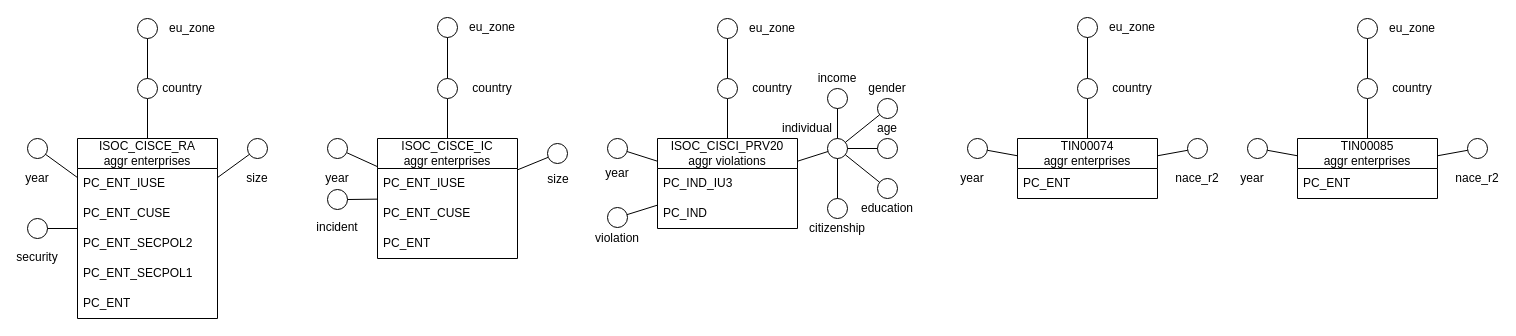
Earlier version of the draw.io diagram page "isoc_cisce_ra" (1 of 5) of figures/dfm.drawio (amanfucci/sistemi-informativi). Source tidied: cells renumbered, new cells numbered last; positions are measured from the earlier drawing's top-left corner, leaving out a move shared by most shapes. Both pictures are drawn from the tidied source at 100%, with x=0, y=0 at pixel (22, 17).
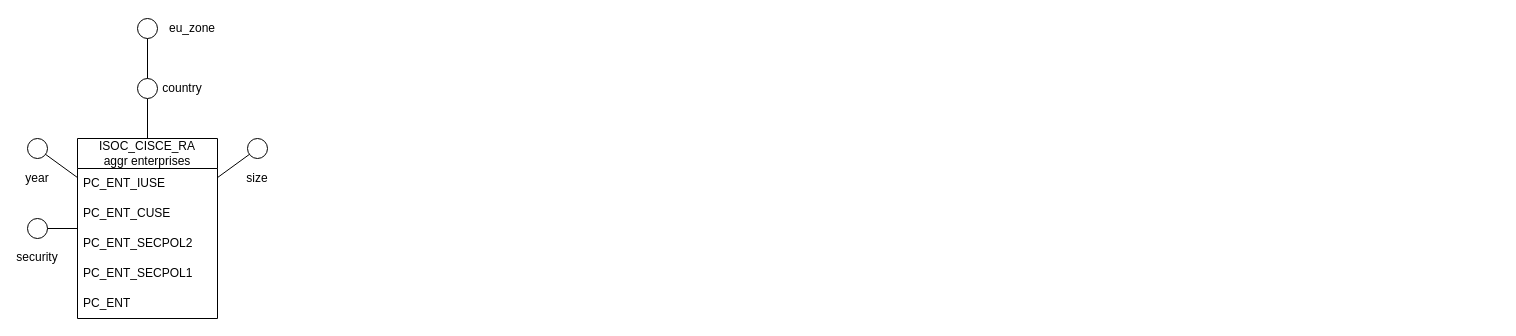
The same page after the edit.

Diff of the diagram source:
```diff
@@
-    <mxCell id="13" style="edgeStyle=orthogonalEdgeStyle;rounded=0;jettySize=auto;html=1;endArrow=none;endFill=0;" parent="1" edge="1" source="15" target="20">
-      <mxGeometry relative="1" as="geometry" />
-    </mxCell>
-    <mxCell id="14" style="rounded=0;jettySize=auto;html=1;endArrow=none;endFill=0;" parent="1" edge="1" source="15" target="19">
-      <mxGeometry relative="1" as="geometry" />
-    </mxCell>
-    <mxCell id="15" value="ISOC_CISCE_IC&lt;div&gt;aggr enterprises&lt;/div&gt;" style="swimlane;fontStyle=0;horizontal=1;startSize=30;whiteSpace=wrap;html=1;" parent="1" vertex="1">
-      <mxGeometry x="355" y="121" width="140" height="120" as="geometry" />
-    </mxCell>
-    <mxCell id="16" value="PC_ENT_IUSE" style="text;strokeColor=none;fillColor=none;align=left;verticalAlign=middle;spacingLeft=4;spacingRight=4;overflow=hidden;whiteSpace=wrap;html=1;" parent="15" vertex="1">
-      <mxGeometry y="30" width="140" height="30" as="geometry" />
-    </mxCell>
-    <mxCell id="17" value="PC_ENT_CUSE" style="text;strokeColor=none;fillColor=none;align=left;verticalAlign=middle;spacingLeft=4;spacingRight=4;overflow=hidden;whiteSpace=wrap;html=1;" parent="15" vertex="1">
-      <mxGeometry y="60" width="140" height="30" as="geometry" />
-    </mxCell>
-    <mxCell id="18" value="PC_ENT" style="text;strokeColor=none;fillColor=none;align=left;verticalAlign=middle;spacingLeft=4;spacingRight=4;overflow=hidden;whiteSpace=wrap;html=1;" parent="15" vertex="1">
-      <mxGeometry y="90" width="140" height="30" as="geometry" />
-    </mxCell>
-    <mxCell id="19" style="ellipse;whiteSpace=wrap;html=1;" parent="1" vertex="1">
-      <mxGeometry x="305" y="121" width="20" height="20" as="geometry" />
-    </mxCell>
-    <mxCell id="20" style="ellipse;whiteSpace=wrap;html=1;" parent="1" vertex="1">
-      <mxGeometry x="415" y="61" width="20" height="20" as="geometry" />
-    </mxCell>
-    <mxCell id="21" value="year" style="text;html=1;whiteSpace=wrap;strokeColor=none;fillColor=none;align=center;verticalAlign=middle;rounded=0;" parent="1" vertex="1">
-      <mxGeometry x="300" y="151" width="30" height="20" as="geometry" />
-    </mxCell>
-    <mxCell id="22" style="edgeStyle=orthogonalEdgeStyle;rounded=0;jettySize=auto;html=1;endArrow=none;endFill=0;" parent="1" edge="1" source="24" target="29">
-      <mxGeometry relative="1" as="geometry" />
-    </mxCell>
-    <mxCell id="23" style="rounded=0;jettySize=auto;html=1;endArrow=none;endFill=0;" parent="1" edge="1" source="24" target="27">
-      <mxGeometry relative="1" as="geometry" />
-    </mxCell>
-    <mxCell id="24" value="ISOC_CISCI_PRV20&lt;div&gt;aggr violations&lt;/div&gt;" style="swimlane;fontStyle=0;horizontal=1;startSize=30;whiteSpace=wrap;html=1;" parent="1" vertex="1">
-      <mxGeometry x="635" y="121" width="140" height="90" as="geometry" />
-    </mxCell>
-    <mxCell id="25" value="PC_IND_IU3" style="text;strokeColor=none;fillColor=none;align=left;verticalAlign=middle;spacingLeft=4;spacingRight=4;overflow=hidden;whiteSpace=wrap;html=1;" parent="24" vertex="1">
-      <mxGeometry y="30" width="140" height="30" as="geometry" />
-    </mxCell>
-    <mxCell id="26" value="PC_IND" style="text;strokeColor=none;fillColor=none;align=left;verticalAlign=middle;spacingLeft=4;spacingRight=4;overflow=hidden;whiteSpace=wrap;html=1;" parent="24" vertex="1">
-      <mxGeometry y="60" width="140" height="30" as="geometry" />
-    </mxCell>
-    <mxCell id="27" style="ellipse;whiteSpace=wrap;html=1;" parent="1" vertex="1">
-      <mxGeometry x="585" y="121" width="20" height="20" as="geometry" />
-    </mxCell>
-    <mxCell id="28" style="ellipse;whiteSpace=wrap;html=1;" parent="1" vertex="1">
-      <mxGeometry x="805" y="121" width="20" height="20" as="geometry" />
-    </mxCell>
-    <mxCell id="29" style="ellipse;whiteSpace=wrap;html=1;" parent="1" vertex="1">
-      <mxGeometry x="695" y="61" width="20" height="20" as="geometry" />
-    </mxCell>
-    <mxCell id="30" value="year" style="text;html=1;whiteSpace=wrap;strokeColor=none;fillColor=none;align=center;verticalAlign=middle;rounded=0;" parent="1" vertex="1">
-      <mxGeometry x="580" y="146" width="30" height="20" as="geometry" />
-    </mxCell>
-    <mxCell id="31" style="edgeStyle=orthogonalEdgeStyle;rounded=0;jettySize=auto;html=1;endArrow=none;endFill=0;" parent="1" edge="1" source="33" target="37">
-      <mxGeometry relative="1" as="geometry" />
-    </mxCell>
-    <mxCell id="32" style="rounded=0;jettySize=auto;html=1;endArrow=none;endFill=0;" parent="1" edge="1" source="33" target="35">
-      <mxGeometry relative="1" as="geometry" />
-    </mxCell>
-    <mxCell id="33" value="TIN00074&lt;div&gt;aggr enterprises&lt;/div&gt;" style="swimlane;fontStyle=0;horizontal=1;startSize=30;whiteSpace=wrap;html=1;" parent="1" vertex="1">
-      <mxGeometry x="995" y="121" width="140" height="60" as="geometry" />
-    </mxCell>
-    <mxCell id="34" value="PC_ENT" style="text;strokeColor=none;fillColor=none;align=left;verticalAlign=middle;spacingLeft=4;spacingRight=4;overflow=hidden;whiteSpace=wrap;html=1;" parent="33" vertex="1">
-      <mxGeometry y="30" width="140" height="30" as="geometry" />
-    </mxCell>
-    <mxCell id="35" style="ellipse;whiteSpace=wrap;html=1;" parent="1" vertex="1">
-      <mxGeometry x="945" y="121" width="20" height="20" as="geometry" />
-    </mxCell>
-    <mxCell id="36" style="ellipse;whiteSpace=wrap;html=1;" parent="1" vertex="1">
-      <mxGeometry x="1165" y="121" width="20" height="20" as="geometry" />
-    </mxCell>
-    <mxCell id="37" style="ellipse;whiteSpace=wrap;html=1;" parent="1" vertex="1">
-      <mxGeometry x="1055" y="61" width="20" height="20" as="geometry" />
-    </mxCell>
-    <mxCell id="38" value="year" style="text;html=1;whiteSpace=wrap;strokeColor=none;fillColor=none;align=center;verticalAlign=middle;rounded=0;" parent="1" vertex="1">
-      <mxGeometry x="935" y="151" width="30" height="20" as="geometry" />
-    </mxCell>
-    <mxCell id="39" style="edgeStyle=orthogonalEdgeStyle;rounded=0;jettySize=auto;html=1;endArrow=none;endFill=0;" parent="1" edge="1" source="41" target="45">
-      <mxGeometry relative="1" as="geometry" />
-    </mxCell>
-    <mxCell id="40" style="rounded=0;jettySize=auto;html=1;endArrow=none;endFill=0;" parent="1" edge="1" source="41" target="43">
-      <mxGeometry relative="1" as="geometry" />
-    </mxCell>
-    <mxCell id="41" value="TIN00085&lt;div&gt;aggr enterprises&lt;/div&gt;" style="swimlane;fontStyle=0;horizontal=1;startSize=30;whiteSpace=wrap;html=1;" parent="1" vertex="1">
-      <mxGeometry x="1275" y="121" width="140" height="60" as="geometry" />
-    </mxCell>
-    <mxCell id="42" value="PC_ENT" style="text;strokeColor=none;fillColor=none;align=left;verticalAlign=middle;spacingLeft=4;spacingRight=4;overflow=hidden;whiteSpace=wrap;html=1;" parent="41" vertex="1">
-      <mxGeometry y="30" width="140" height="30" as="geometry" />
-    </mxCell>
-    <mxCell id="43" style="ellipse;whiteSpace=wrap;html=1;" parent="1" vertex="1">
-      <mxGeometry x="1225" y="121" width="20" height="20" as="geometry" />
-    </mxCell>
-    <mxCell id="44" style="ellipse;whiteSpace=wrap;html=1;" parent="1" vertex="1">
-      <mxGeometry x="1445" y="121" width="20" height="20" as="geometry" />
-    </mxCell>
-    <mxCell id="45" style="ellipse;whiteSpace=wrap;html=1;" parent="1" vertex="1">
-      <mxGeometry x="1335" y="61" width="20" height="20" as="geometry" />
-    </mxCell>
-    <mxCell id="46" value="year" style="text;html=1;whiteSpace=wrap;strokeColor=none;fillColor=none;align=center;verticalAlign=middle;rounded=0;" parent="1" vertex="1">
-      <mxGeometry x="1215" y="151" width="30" height="20" as="geometry" />
-    </mxCell>
-    <mxCell id="47" value="nace_r2" style="text;html=1;whiteSpace=wrap;strokeColor=none;fillColor=none;align=center;verticalAlign=middle;rounded=0;" parent="1" vertex="1">
-      <mxGeometry x="1440" y="151" width="30" height="20" as="geometry" />
-    </mxCell>
-    <mxCell id="48" style="endArrow=none;html=1;rounded=0;" parent="1" edge="1" source="41" target="44">
-      <mxGeometry relative="1" as="geometry" />
-    </mxCell>
-    <mxCell id="49" style="endArrow=none;html=1;rounded=0;" parent="1" edge="1" source="33" target="36">
-      <mxGeometry relative="1" as="geometry" />
-    </mxCell>
-    <mxCell id="50" value="nace_r2" style="text;html=1;whiteSpace=wrap;strokeColor=none;fillColor=none;align=center;verticalAlign=middle;rounded=0;" parent="1" vertex="1">
-      <mxGeometry x="1160" y="151" width="30" height="20" as="geometry" />
-    </mxCell>
-    <mxCell id="51" style="endArrow=none;html=1;rounded=0;" parent="1" edge="1" source="24" target="28">
-      <mxGeometry relative="1" as="geometry" />
-    </mxCell>
-    <mxCell id="52" value="individual" style="text;html=1;whiteSpace=wrap;strokeColor=none;fillColor=none;align=center;verticalAlign=middle;rounded=0;" parent="1" vertex="1">
-      <mxGeometry x="770" y="101" width="30" height="20" as="geometry" />
-    </mxCell>
@@
-    <mxCell id="54" style="ellipse;whiteSpace=wrap;html=1;" parent="1" vertex="1">
-      <mxGeometry x="525" y="126" width="20" height="20" as="geometry" />
-    </mxCell>
-    <mxCell id="55" style="endArrow=none;html=1;rounded=0;" parent="1" edge="1" source="15" target="54">
-      <mxGeometry relative="1" as="geometry" />
-    </mxCell>
-    <mxCell id="56" value="size" style="text;html=1;whiteSpace=wrap;strokeColor=none;fillColor=none;align=center;verticalAlign=middle;rounded=0;" parent="1" vertex="1">
-      <mxGeometry x="521" y="152" width="30" height="20" as="geometry" />
-    </mxCell>
@@
-    <mxCell id="60" value="country" style="text;html=1;whiteSpace=wrap;strokeColor=none;fillColor=none;align=center;verticalAlign=middle;rounded=0;" parent="1" vertex="1">
-      <mxGeometry x="455" y="61" width="30" height="20" as="geometry" />
-    </mxCell>
-    <mxCell id="61" style="ellipse;whiteSpace=wrap;html=1;" parent="1" vertex="1">
-      <mxGeometry x="415" width="20" height="20" as="geometry" />
-    </mxCell>
-    <mxCell id="62" value="eu_zone" style="text;html=1;whiteSpace=wrap;strokeColor=none;fillColor=none;align=center;verticalAlign=middle;rounded=0;" parent="1" vertex="1">
-      <mxGeometry x="455" width="30" height="20" as="geometry" />
-    </mxCell>
-    <mxCell id="63" style="endArrow=none;html=1;rounded=0;" parent="1" edge="1" source="20" target="61">
-      <mxGeometry relative="1" as="geometry" />
-    </mxCell>
-    <mxCell id="64" value="country" style="text;html=1;whiteSpace=wrap;strokeColor=none;fillColor=none;align=center;verticalAlign=middle;rounded=0;" parent="1" vertex="1">
-      <mxGeometry x="735" y="61" width="30" height="20" as="geometry" />
-    </mxCell>
-    <mxCell id="65" value="country" style="text;html=1;whiteSpace=wrap;strokeColor=none;fillColor=none;align=center;verticalAlign=middle;rounded=0;" parent="1" vertex="1">
-      <mxGeometry x="1095" y="61" width="30" height="20" as="geometry" />
-    </mxCell>
-    <mxCell id="66" value="country" style="text;html=1;whiteSpace=wrap;strokeColor=none;fillColor=none;align=center;verticalAlign=middle;rounded=0;" parent="1" vertex="1">
-      <mxGeometry x="1375" y="61" width="30" height="20" as="geometry" />
-    </mxCell>
@@
-    <mxCell id="70" style="ellipse;whiteSpace=wrap;html=1;" parent="1" vertex="1">
-      <mxGeometry x="695" y="1" width="20" height="20" as="geometry" />
-    </mxCell>
-    <mxCell id="71" value="eu_zone" style="text;html=1;whiteSpace=wrap;strokeColor=none;fillColor=none;align=center;verticalAlign=middle;rounded=0;" parent="1" vertex="1">
-      <mxGeometry x="735" y="1" width="30" height="20" as="geometry" />
-    </mxCell>
-    <mxCell id="72" style="ellipse;whiteSpace=wrap;html=1;" parent="1" vertex="1">
-      <mxGeometry x="1055" width="20" height="20" as="geometry" />
-    </mxCell>
-    <mxCell id="73" value="eu_zone" style="text;html=1;whiteSpace=wrap;strokeColor=none;fillColor=none;align=center;verticalAlign=middle;rounded=0;" parent="1" vertex="1">
-      <mxGeometry x="1095" width="30" height="20" as="geometry" />
-    </mxCell>
-    <mxCell id="74" style="ellipse;whiteSpace=wrap;html=1;" parent="1" vertex="1">
-      <mxGeometry x="1335" y="1" width="20" height="20" as="geometry" />
-    </mxCell>
-    <mxCell id="75" value="eu_zone" style="text;html=1;whiteSpace=wrap;strokeColor=none;fillColor=none;align=center;verticalAlign=middle;rounded=0;" parent="1" vertex="1">
-      <mxGeometry x="1375" y="1" width="30" height="20" as="geometry" />
-    </mxCell>
-    <mxCell id="76" style="endArrow=none;html=1;rounded=0;" parent="1" edge="1" source="29" target="70">
-      <mxGeometry relative="1" as="geometry" />
-    </mxCell>
-    <mxCell id="77" style="endArrow=none;html=1;rounded=0;" parent="1" edge="1" source="37" target="72">
-      <mxGeometry relative="1" as="geometry" />
-    </mxCell>
-    <mxCell id="78" style="endArrow=none;html=1;rounded=0;" parent="1" edge="1" source="45" target="74">
-      <mxGeometry relative="1" as="geometry" />
-    </mxCell>
@@
-    <mxCell id="82" style="ellipse;whiteSpace=wrap;html=1;" parent="1" vertex="1">
-      <mxGeometry x="305" y="172" width="20" height="20" as="geometry" />
-    </mxCell>
-    <mxCell id="83" value="incident" style="text;html=1;whiteSpace=wrap;strokeColor=none;fillColor=none;align=center;verticalAlign=middle;rounded=0;" parent="1" vertex="1">
-      <mxGeometry x="300" y="200" width="30" height="20" as="geometry" />
-    </mxCell>
-    <mxCell id="84" style="endArrow=none;html=1;rounded=0;" parent="1" edge="1" source="82" target="15">
-      <mxGeometry relative="1" as="geometry" />
-    </mxCell>
-    <mxCell id="85" style="ellipse;whiteSpace=wrap;html=1;" parent="1" vertex="1">
-      <mxGeometry x="585" y="190" width="20" height="20" as="geometry" />
-    </mxCell>
-    <mxCell id="86" value="violation" style="text;html=1;whiteSpace=wrap;strokeColor=none;fillColor=none;align=center;verticalAlign=middle;rounded=0;" parent="1" vertex="1">
-      <mxGeometry x="580" y="211" width="30" height="20" as="geometry" />
-    </mxCell>
-    <mxCell id="87" style="endArrow=none;html=1;rounded=0;" parent="1" edge="1" source="85" target="24">
-      <mxGeometry relative="1" as="geometry" />
-    </mxCell>
-    <mxCell id="88" style="ellipse;whiteSpace=wrap;html=1;" parent="1" vertex="1">
-      <mxGeometry x="855" y="81" width="20" height="20" as="geometry" />
-    </mxCell>
-    <mxCell id="89" style="ellipse;whiteSpace=wrap;html=1;" parent="1" vertex="1">
-      <mxGeometry x="855" y="121" width="20" height="20" as="geometry" />
-    </mxCell>
-    <mxCell id="90" style="ellipse;whiteSpace=wrap;html=1;" parent="1" vertex="1">
-      <mxGeometry x="855" y="161" width="20" height="20" as="geometry" />
-    </mxCell>
-    <mxCell id="91" style="endArrow=none;html=1;rounded=0;" parent="1" edge="1" source="28" target="88">
-      <mxGeometry relative="1" as="geometry" />
-    </mxCell>
-    <mxCell id="92" style="endArrow=none;html=1;rounded=0;" parent="1" edge="1" source="28" target="89">
-      <mxGeometry relative="1" as="geometry" />
-    </mxCell>
-    <mxCell id="93" style="endArrow=none;html=1;rounded=0;" parent="1" edge="1" source="90" target="28">
-      <mxGeometry relative="1" as="geometry" />
-    </mxCell>
-    <mxCell id="94" value="gender" style="text;html=1;whiteSpace=wrap;strokeColor=none;fillColor=none;align=center;verticalAlign=middle;rounded=0;" parent="1" vertex="1">
-      <mxGeometry x="850" y="61" width="30" height="20" as="geometry" />
-    </mxCell>
-    <mxCell id="95" value="age" style="text;html=1;whiteSpace=wrap;strokeColor=none;fillColor=none;align=center;verticalAlign=middle;rounded=0;" parent="1" vertex="1">
-      <mxGeometry x="850" y="101" width="30" height="20" as="geometry" />
-    </mxCell>
-    <mxCell id="96" value="education" style="text;html=1;whiteSpace=wrap;strokeColor=none;fillColor=none;align=center;verticalAlign=middle;rounded=0;" parent="1" vertex="1">
-      <mxGeometry x="850" y="181" width="30" height="20" as="geometry" />
-    </mxCell>
-    <mxCell id="97" style="ellipse;whiteSpace=wrap;html=1;" parent="1" vertex="1">
-      <mxGeometry x="805" y="71" width="20" height="20" as="geometry" />
-    </mxCell>
-    <mxCell id="98" value="income" style="text;html=1;whiteSpace=wrap;strokeColor=none;fillColor=none;align=center;verticalAlign=middle;rounded=0;" parent="1" vertex="1">
-      <mxGeometry x="800" y="51" width="30" height="20" as="geometry" />
-    </mxCell>
-    <mxCell id="99" style="ellipse;whiteSpace=wrap;html=1;" parent="1" vertex="1">
-      <mxGeometry x="805" y="181" width="20" height="20" as="geometry" />
-    </mxCell>
-    <mxCell id="100" value="citizenship" style="text;html=1;whiteSpace=wrap;strokeColor=none;fillColor=none;align=center;verticalAlign=middle;rounded=0;" parent="1" vertex="1">
-      <mxGeometry x="800" y="201" width="30" height="20" as="geometry" />
-    </mxCell>
-    <mxCell id="101" style="endArrow=none;html=1;rounded=0;" parent="1" edge="1" source="28" target="97">
-      <mxGeometry relative="1" as="geometry" />
-    </mxCell>
-    <mxCell id="102" style="endArrow=none;html=1;rounded=0;" parent="1" edge="1" source="99" target="28">
-      <mxGeometry relative="1" as="geometry" />
-    </mxCell>
```
